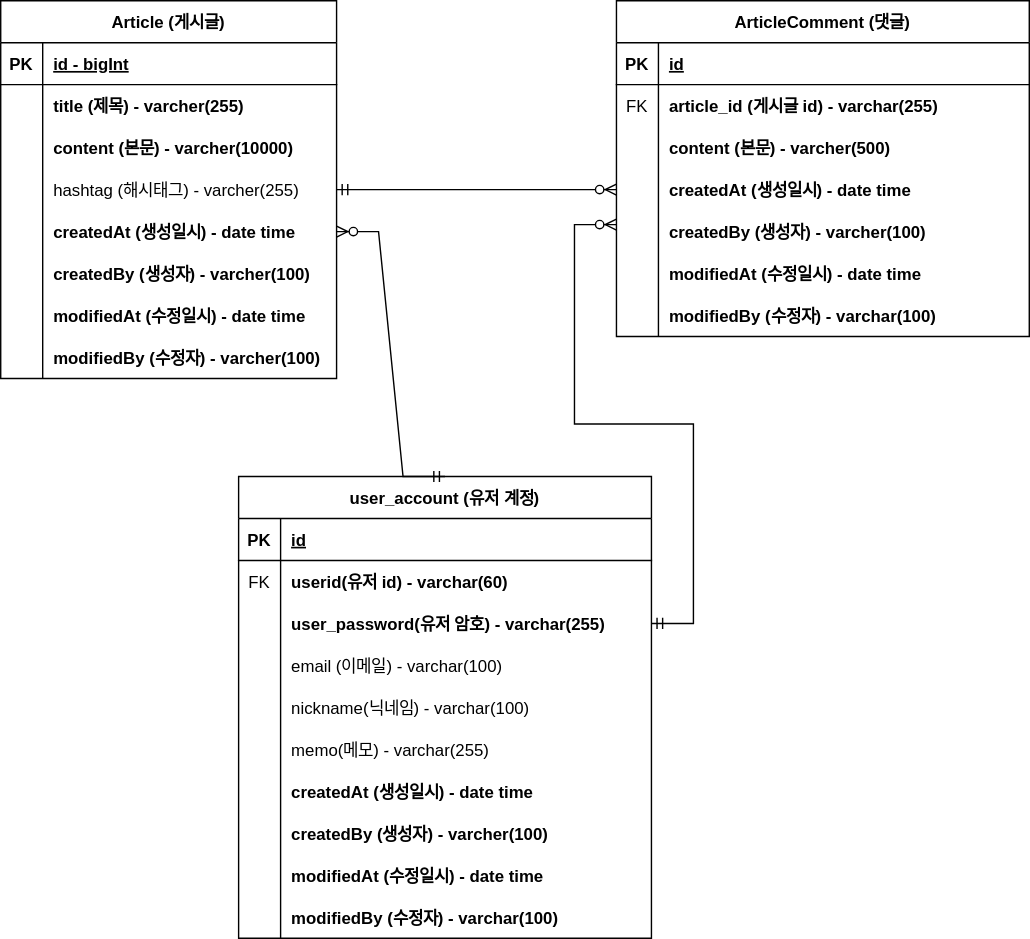
This is document/project-borad-erd.svg from Shinhyeonbin/project-future, a draw.io export, as it was before one commit. Source tidied: cells renumbered, new cells last; positions are measured from the earlier drawing's top-left corner, leaving out a move shared by most shapes.
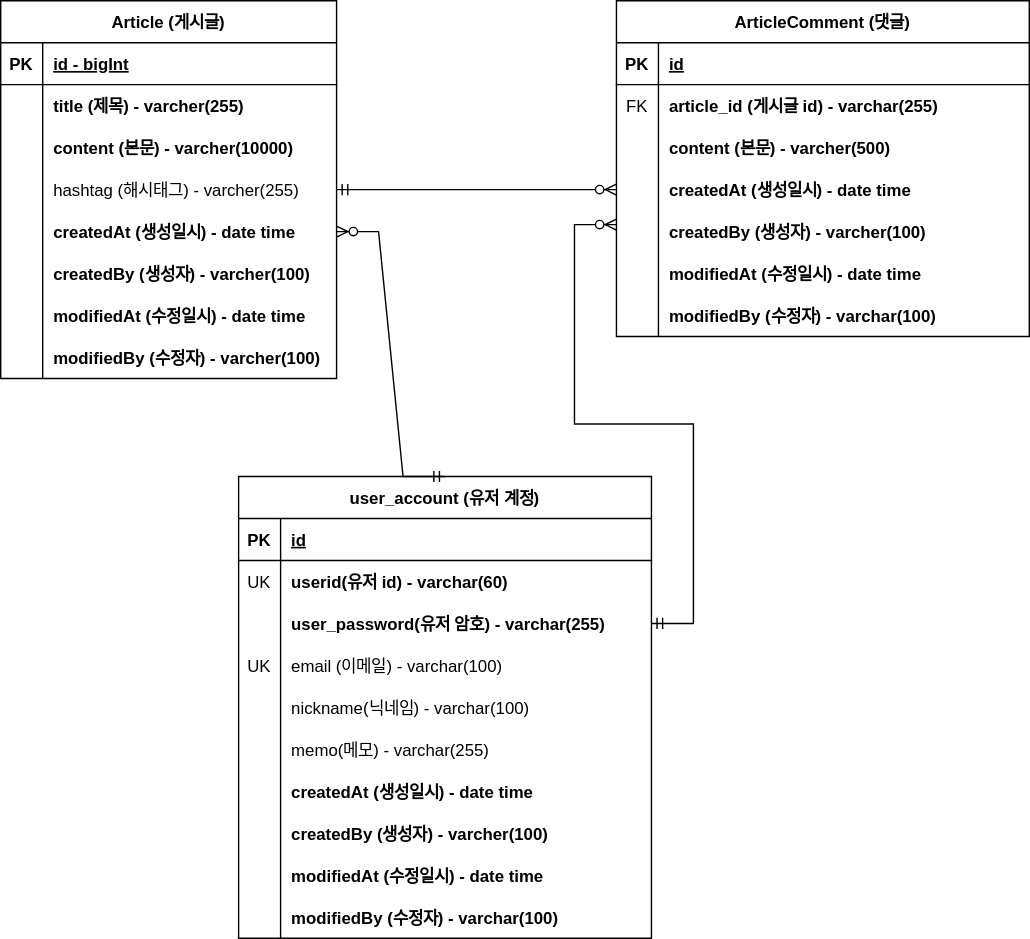
The same diagram one commit later.

Change to the diagram source:
```diff
@@ -161,7 +161,7 @@
     <mxCell id="54" style="shape=tableRow;horizontal=0;startSize=0;swimlaneHead=0;swimlaneBody=0;fillColor=none;top=0;left=0;right=0;bottom=0;" parent="50" vertex="1">
       <mxGeometry y="60" width="295" height="30" as="geometry" />
     </mxCell>
-    <mxCell id="55" value="FK" style="shape=partialRectangle;fillColor=none;top=0;left=0;bottom=0;right=0;overflow=hidden;" parent="54" vertex="1">
+    <mxCell id="55" value="UK" style="shape=partialRectangle;fillColor=none;top=0;left=0;bottom=0;right=0;overflow=hidden;" parent="54" vertex="1">
       <mxGeometry width="30" height="30" as="geometry" />
     </mxCell>
     <mxCell id="56" value="userid(유저 id) - varchar(60)    " style="shape=partialRectangle;fillColor=none;top=0;left=0;bottom=0;right=0;align=left;spacingLeft=6;overflow=hidden;fontStyle=1;" parent="54" vertex="1">
@@ -179,7 +179,7 @@
     <mxCell id="60" style="shape=tableRow;horizontal=0;startSize=0;swimlaneHead=0;swimlaneBody=0;fillColor=none;top=0;left=0;right=0;bottom=0;" parent="50" vertex="1">
       <mxGeometry y="120" width="295" height="30" as="geometry" />
     </mxCell>
-    <mxCell id="61" style="shape=partialRectangle;fillColor=none;top=0;left=0;bottom=0;right=0;overflow=hidden;" parent="60" vertex="1">
+    <mxCell id="61" value="UK" style="shape=partialRectangle;fillColor=none;top=0;left=0;bottom=0;right=0;overflow=hidden;" parent="60" vertex="1">
       <mxGeometry width="30" height="30" as="geometry" />
     </mxCell>
     <mxCell id="62" value="email (이메일) - varchar(100)" style="shape=partialRectangle;fillColor=none;top=0;left=0;bottom=0;right=0;align=left;spacingLeft=6;overflow=hidden;fontStyle=0;" parent="60" vertex="1">
```
